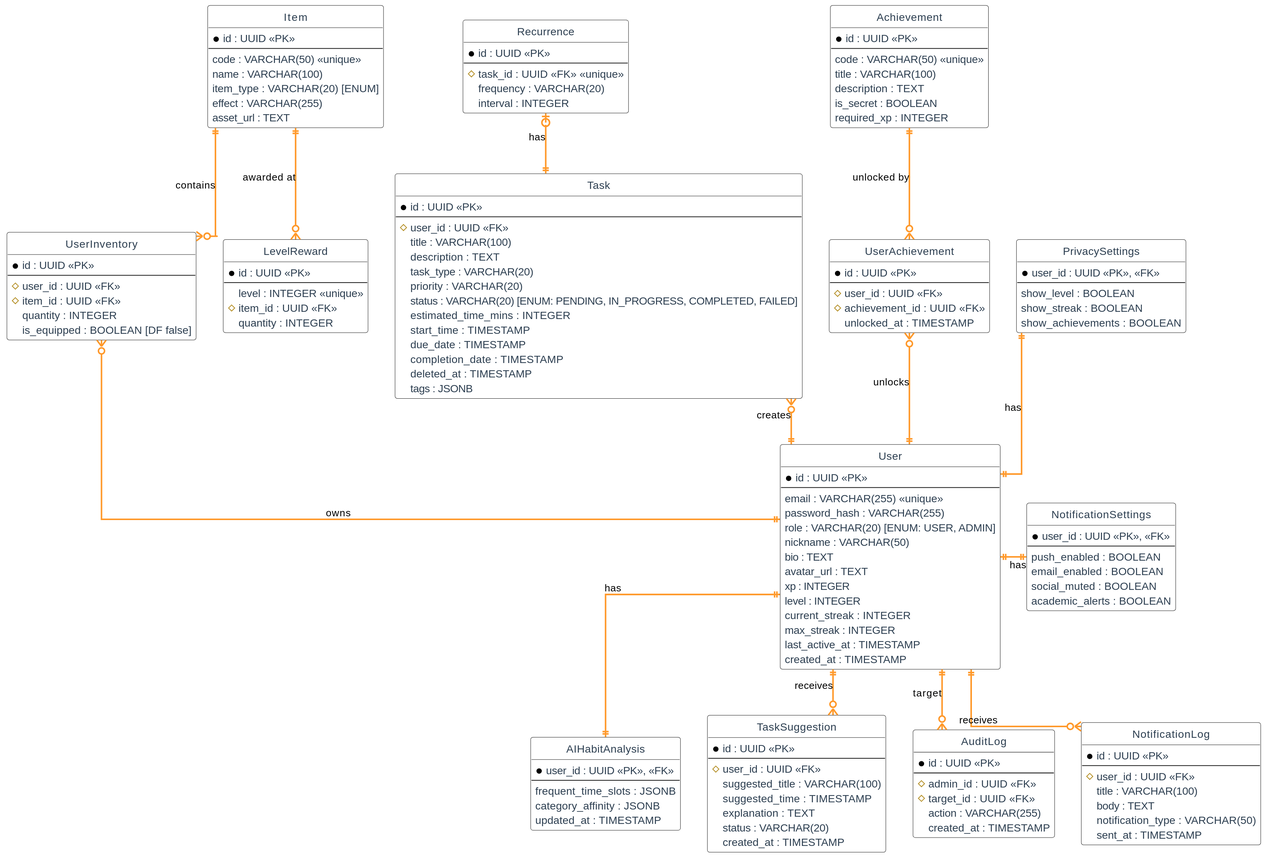
Before: docs/database/assets/er_diagram.svg, a diagram exported from PlantUML (BerlyCS/AlToke).
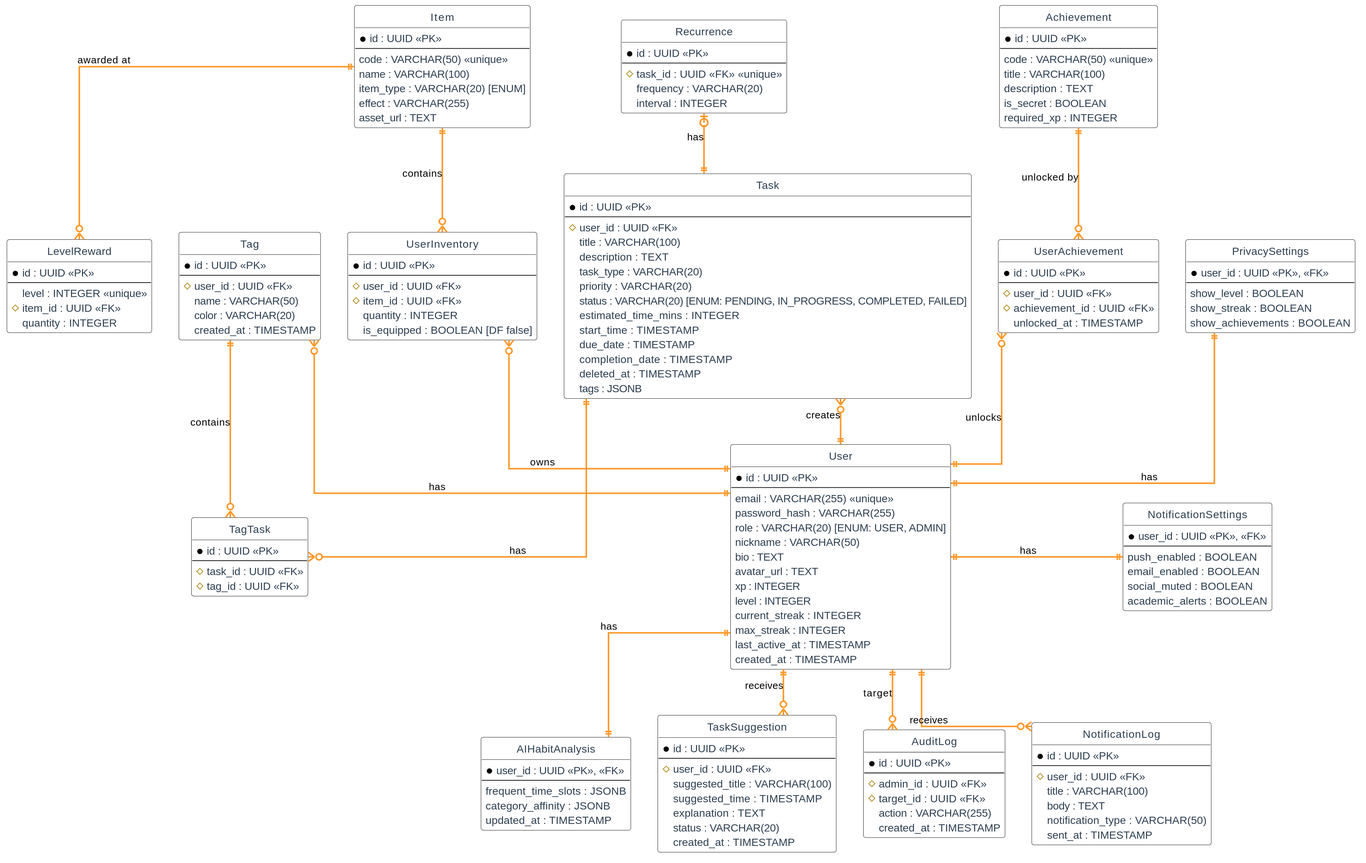
The same diagram one commit later.

Commit message:
Definition tag table in database documentation closes #38

Change to the diagram source:
```diff
@@ -61,6 +61,15 @@
   academic_alerts : BOOLEAN
 }
 
+entity Tag {
+  *id : UUID PK
+  --
+  #user_id : UUID FK
+  name : VARCHAR(50)
+  color : VARCHAR(20)
+  created_at : TIMESTAMP
+}
+
 entity Task {
   *id : UUID PK
   --
@@ -76,6 +85,13 @@
   completion_date : TIMESTAMP
   deleted_at : TIMESTAMP
   tags : JSONB
+}
+
+entity TagTask {
+  *id : UUID PK
+  --
+  #task_id : UUID FK
+  #tag_id : UUID FK
 }
 
 entity Recurrence {
@@ -171,8 +187,11 @@
 
 User ||-l-|| PrivacySettings : "has"
 User ||-r-|| NotificationSettings : "has"
+User ||-u-o{ Tag : "has"
 User ||-u-o{ Task : "creates"
 Task ||-u-o| Recurrence : "has"
+Task ||--o{ TagTask : "has"
+Tag ||--o{ TagTask : "contains"
 User ||-u-o{ UserAchievement : "unlocks"
 Achievement ||--o{ UserAchievement : "unlocked by"
 User ||-u-o{ UserInventory : "owns"
@@ -188,4 +207,5 @@
 Item -[hidden]r-> Recurrence
 Task -[hidden]r-> UserAchievement
 PrivacySettings -[hidden]d-> NotificationSettings
+Tag -[hidden]d-> TagTask
 @enduml
```
